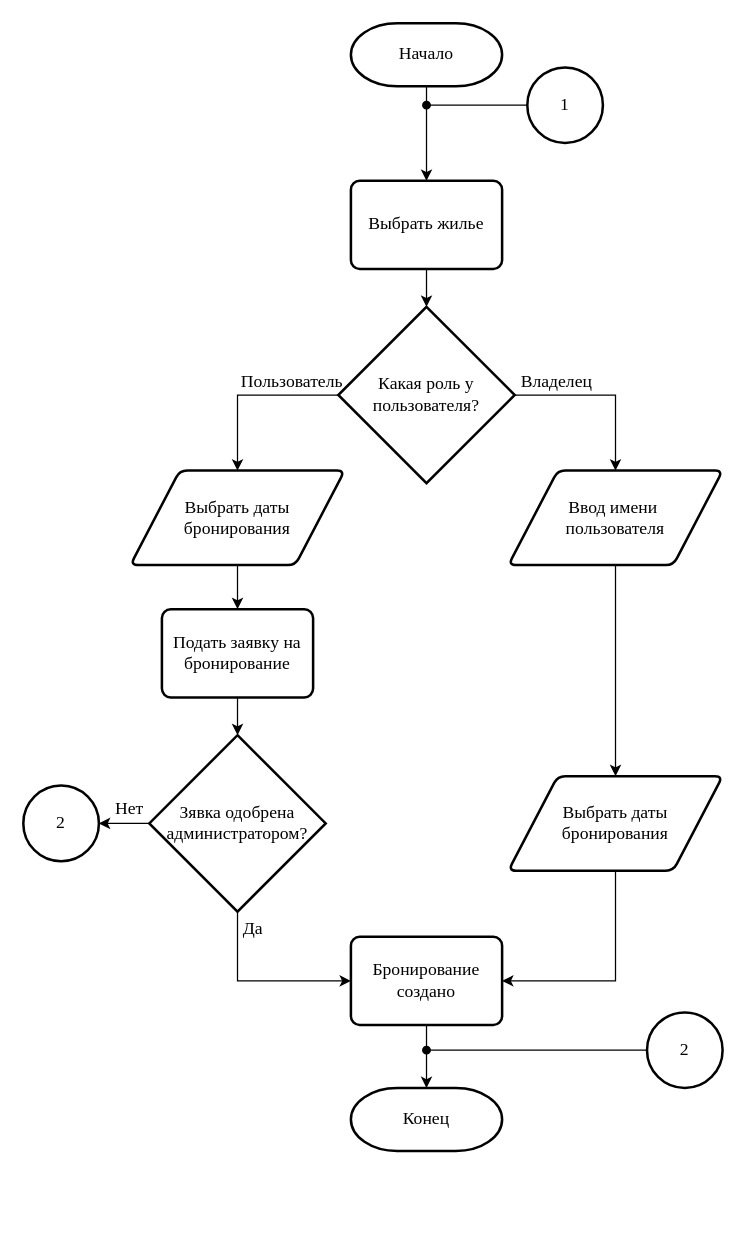
Above: KURSACH/Алгоритм бронирования жилья.drawio in Slnpa/Diplom (draw.io), before the change. Source tidied: cells renumbered, new cells numbered last; positions are measured from the earlier drawing's top-left corner, leaving out a move shared by most shapes. Both pictures are drawn from the tidied source at 126%, with x=0, y=0 at pixel (23, 23).
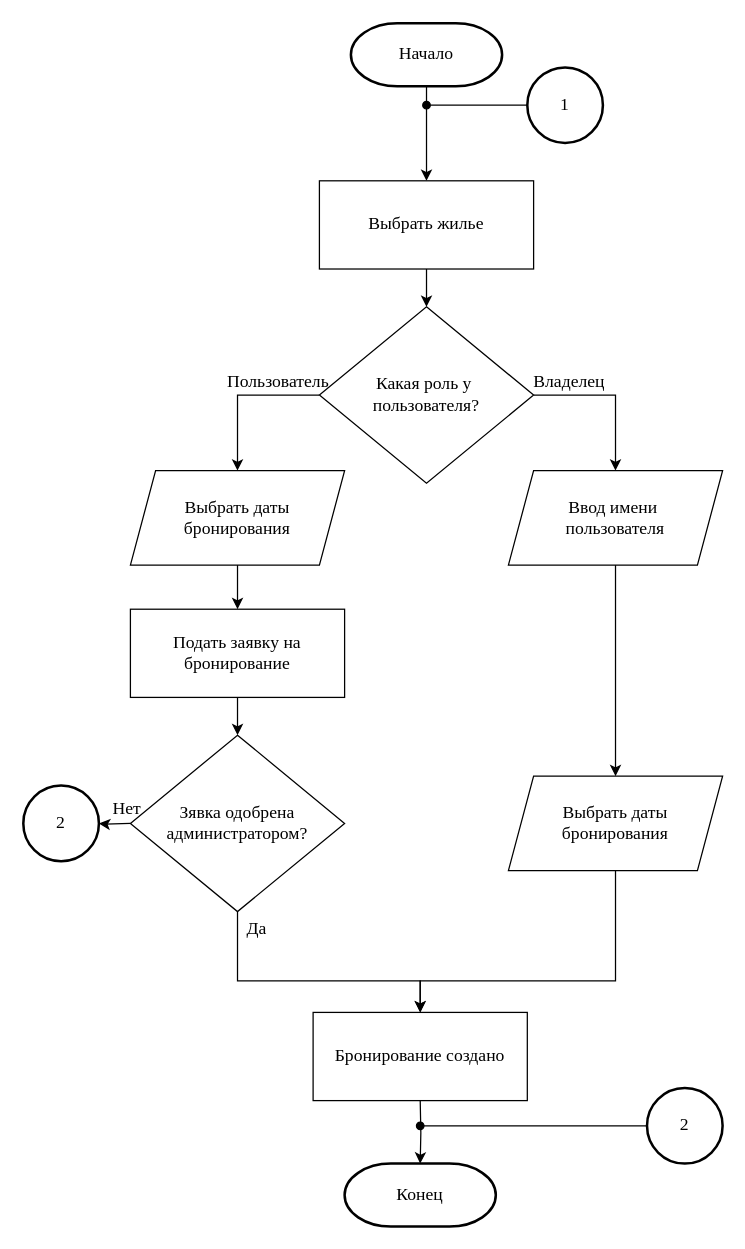
The same page after the edit.

Unchanged cells that the change refers to:
```xml
<mxCell id="3" value="Начало" style="strokeWidth=2;html=1;shape=mxgraph.flowchart.terminator;whiteSpace=wrap;fontFamily=Times New Roman;fontSize=14;" parent="1" vertex="1">
  <mxGeometry x="260" width="120" height="50" as="geometry" />
</mxCell>
```

Diff of the diagram source:
```diff
@@
-    <mxCell id="2" style="edgeStyle=orthogonalEdgeStyle;rounded=0;jettySize=auto;html=1;fontFamily=Times New Roman;fontSize=14;" parent="1" edge="1" source="3" target="14">
-      <mxGeometry relative="1" as="geometry" />
-    </mxCell>
+    <mxCell id="32" style="edgeStyle=orthogonalEdgeStyle;rounded=0;jettySize=auto;html=1;fontFamily=Times New Roman;fontSize=14;" parent="1" edge="1" source="3">
+      <mxGeometry relative="1" as="geometry">
+        <mxPoint x="320" y="125" as="targetPoint" />
+      </mxGeometry>
+    </mxCell>
@@
-    <mxCell id="4" style="edgeStyle=orthogonalEdgeStyle;rounded=0;orthogonalLoop=1;jettySize=auto;html=1;endArrow=oval;endFill=1;fontFamily=Times New Roman;fontSize=14;" parent="1" edge="1">
-      <mxGeometry relative="1" as="geometry">
-        <mxPoint x="400" y="65" as="sourcePoint" />
-        <mxPoint x="320" y="65" as="targetPoint" />
-      </mxGeometry>
-    </mxCell>
+    <mxCell id="33" style="edgeStyle=orthogonalEdgeStyle;rounded=0;orthogonalLoop=1;jettySize=auto;html=1;endArrow=oval;endFill=1;fontFamily=Times New Roman;fontSize=14;" parent="1" edge="1">
+      <mxGeometry relative="1" as="geometry">
+        <mxPoint x="400" y="65" as="sourcePoint" />
+        <mxPoint x="320" y="65" as="targetPoint" />
+      </mxGeometry>
+    </mxCell>
@@
-    <mxCell id="6" style="edgeStyle=orthogonalEdgeStyle;rounded=0;jettySize=auto;html=1;fontFamily=Times New Roman;fontSize=14;" parent="1" edge="1" source="7" target="29">
-      <mxGeometry relative="1" as="geometry" />
-    </mxCell>
+    <mxCell id="34" style="edgeStyle=orthogonalEdgeStyle;rounded=0;orthogonalLoop=1;jettySize=auto;html=1;fontFamily=Times New Roman;fontSize=14;" parent="1" edge="1">
+      <mxGeometry relative="1" as="geometry">
+        <mxPoint x="470" y="430" as="sourcePoint" />
+        <mxPoint x="470" y="597.5" as="targetPoint" />
+      </mxGeometry>
+    </mxCell>
+    <mxCell id="35" style="edgeStyle=orthogonalEdgeStyle;rounded=0;orthogonalLoop=1;jettySize=auto;html=1;fontFamily=Times New Roman;fontSize=14;" parent="1" edge="1">
+      <mxGeometry relative="1" as="geometry">
+        <mxPoint x="235" y="295" as="sourcePoint" />
+        <mxPoint x="170" y="355" as="targetPoint" />
+        <Array as="points">
+          <mxPoint x="170" y="295" />
+        </Array>
+      </mxGeometry>
+    </mxCell>
+    <mxCell id="9" value="Пользователь" style="edgeLabel;html=1;align=center;verticalAlign=middle;fontFamily=Times New Roman;fontSize=14;" parent="35" vertex="1">
+      <mxGeometry x="-0.5" y="-1" relative="1" as="geometry">
+        <mxPoint x="-3" y="-10" as="offset" />
+      </mxGeometry>
+    </mxCell>
+    <mxCell id="36" style="edgeStyle=orthogonalEdgeStyle;rounded=0;orthogonalLoop=1;jettySize=auto;html=1;fontFamily=Times New Roman;fontSize=14;" parent="1" edge="1">
+      <mxGeometry relative="1" as="geometry">
+        <mxPoint x="405" y="295" as="sourcePoint" />
+        <mxPoint x="470" y="355" as="targetPoint" />
+        <Array as="points">
+          <mxPoint x="470" y="295" />
+        </Array>
+      </mxGeometry>
+    </mxCell>
+    <mxCell id="11" value="Владелец" style="edgeLabel;html=1;align=center;verticalAlign=middle;fontFamily=Times New Roman;fontSize=14;" parent="36" vertex="1">
+      <mxGeometry x="-0.42" y="-2" relative="1" as="geometry">
+        <mxPoint x="-9" y="-13" as="offset" />
+      </mxGeometry>
+    </mxCell>
+    <mxCell id="37" style="edgeStyle=orthogonalEdgeStyle;rounded=0;orthogonalLoop=1;jettySize=auto;html=1;fontFamily=Times New Roman;fontSize=14;" parent="1" edge="1">
+      <mxGeometry relative="1" as="geometry">
+        <mxPoint x="320" y="195" as="sourcePoint" />
+        <mxPoint x="320" y="225" as="targetPoint" />
+      </mxGeometry>
+    </mxCell>
+    <mxCell id="38" style="edgeStyle=orthogonalEdgeStyle;rounded=0;orthogonalLoop=1;jettySize=auto;html=1;fontFamily=Times New Roman;fontSize=14;" parent="1" edge="1">
+      <mxGeometry relative="1" as="geometry">
+        <mxPoint x="170" y="430" as="sourcePoint" />
+        <mxPoint x="170" y="465" as="targetPoint" />
+      </mxGeometry>
+    </mxCell>
+    <mxCell id="39" style="edgeStyle=orthogonalEdgeStyle;rounded=0;orthogonalLoop=1;jettySize=auto;html=1;fontFamily=Times New Roman;fontSize=14;" parent="1" edge="1">
+      <mxGeometry relative="1" as="geometry">
+        <mxPoint x="170" y="535" as="sourcePoint" />
+        <mxPoint x="170" y="565" as="targetPoint" />
+      </mxGeometry>
+    </mxCell>
+    <mxCell id="40" style="edgeStyle=orthogonalEdgeStyle;rounded=0;jettySize=auto;html=1;fontFamily=Times New Roman;fontSize=14;" parent="1" edge="1" target="24">
+      <mxGeometry relative="1" as="geometry">
+        <mxPoint x="85" y="635" as="sourcePoint" />
+      </mxGeometry>
+    </mxCell>
+    <mxCell id="20" value="Нет" style="edgeLabel;html=1;align=center;verticalAlign=middle;fontFamily=Times New Roman;fontSize=14;" parent="40" vertex="1">
+      <mxGeometry x="-0.16" y="2" relative="1" as="geometry">
+        <mxPoint x="7" y="-14" as="offset" />
+      </mxGeometry>
+    </mxCell>
+    <mxCell id="41" style="edgeStyle=orthogonalEdgeStyle;rounded=0;jettySize=auto;html=1;fontFamily=Times New Roman;fontSize=14;" parent="1" edge="1" target="26">
+      <mxGeometry relative="1" as="geometry">
+        <mxPoint x="170" y="705" as="sourcePoint" />
+        <Array as="points">
+          <mxPoint x="170" y="760" />
+          <mxPoint x="315" y="760" />
+        </Array>
+      </mxGeometry>
+    </mxCell>
+    <mxCell id="22" value="Да" style="edgeLabel;html=1;align=center;verticalAlign=middle;fontFamily=Times New Roman;fontSize=14;" parent="41" vertex="1">
+      <mxGeometry x="0.32" y="1" relative="1" as="geometry">
+        <mxPoint x="-80" y="-41" as="offset" />
+      </mxGeometry>
+    </mxCell>
+    <mxCell id="24" value="2" style="strokeWidth=2;html=1;shape=mxgraph.flowchart.start_2;whiteSpace=wrap;fontFamily=Times New Roman;fontSize=14;" parent="1" vertex="1">
+      <mxGeometry y="605" width="60" height="60" as="geometry" />
+    </mxCell>
+    <mxCell id="42" style="edgeStyle=orthogonalEdgeStyle;rounded=0;jettySize=auto;html=1;" parent="1" edge="1" target="27">
+      <mxGeometry relative="1" as="geometry">
+        <mxPoint x="315" y="855" as="sourcePoint" />
+      </mxGeometry>
+    </mxCell>
+    <mxCell id="27" value="Конец" style="strokeWidth=2;html=1;shape=mxgraph.flowchart.terminator;whiteSpace=wrap;fontFamily=Times New Roman;fontSize=14;" parent="1" vertex="1">
+      <mxGeometry x="255" y="905" width="120" height="50" as="geometry" />
+    </mxCell>
+    <mxCell id="43" style="edgeStyle=orthogonalEdgeStyle;rounded=0;jettySize=auto;html=1;" parent="1" edge="1" target="26">
+      <mxGeometry relative="1" as="geometry">
+        <mxPoint x="470" y="672.5" as="sourcePoint" />
+        <Array as="points">
+          <mxPoint x="470" y="760" />
+          <mxPoint x="315" y="760" />
+        </Array>
+      </mxGeometry>
+    </mxCell>
+    <mxCell id="44" style="edgeStyle=orthogonalEdgeStyle;rounded=0;jettySize=auto;html=1;endArrow=oval;endFill=1;" parent="1" edge="1" source="31">
+      <mxGeometry relative="1" as="geometry">
+        <mxPoint x="315" y="875" as="targetPoint" />
+      </mxGeometry>
+    </mxCell>
+    <mxCell id="31" value="2" style="strokeWidth=2;html=1;shape=mxgraph.flowchart.start_2;whiteSpace=wrap;fontFamily=Times New Roman;fontSize=14;" parent="1" vertex="1">
+      <mxGeometry x="495" y="845" width="60" height="60" as="geometry" />
+    </mxCell>
+    <mxCell id="14" value="&lt;span style=&quot;font-family: &amp;quot;Times New Roman&amp;quot;; font-size: 14px;&quot;&gt;Выбрать жилье&lt;/span&gt;" style="rounded=0;whiteSpace=wrap;html=1;" parent="1" vertex="1">
+      <mxGeometry x="235" y="125" width="170" height="70" as="geometry" />
+    </mxCell>
+    <mxCell id="18" value="&lt;span style=&quot;font-family: &amp;quot;Times New Roman&amp;quot;; font-size: 14px;&quot;&gt;Подать заявку на бронирование&lt;/span&gt;" style="rounded=0;whiteSpace=wrap;html=1;" parent="1" vertex="1">
+      <mxGeometry x="85" y="465" width="170" height="70" as="geometry" />
+    </mxCell>
+    <mxCell id="26" value="&lt;span style=&quot;font-family: &amp;quot;Times New Roman&amp;quot;; font-size: 14px;&quot;&gt;Бронирование создано&lt;/span&gt;" style="rounded=0;whiteSpace=wrap;html=1;" parent="1" vertex="1">
+      <mxGeometry x="230" y="785" width="170" height="70" as="geometry" />
+    </mxCell>
+    <mxCell id="12" value="&lt;span style=&quot;font-family: &amp;quot;Times New Roman&amp;quot;; font-size: 14px;&quot;&gt;Какая роль у&amp;nbsp;&lt;/span&gt;&lt;div style=&quot;font-family: &amp;quot;Times New Roman&amp;quot;; font-size: 14px;&quot;&gt;пользователя?&lt;/div&gt;" style="rhombus;whiteSpace=wrap;html=1;" parent="1" vertex="1">
+      <mxGeometry x="235" y="225" width="170" height="140" as="geometry" />
+    </mxCell>
-    <mxCell id="7" value="Ввод имени&amp;nbsp;&lt;div&gt;пользователя&lt;/div&gt;" style="shape=parallelogram;html=1;strokeWidth=2;perimeter=parallelogramPerimeter;whiteSpace=wrap;rounded=1;arcSize=12;size=0.23;fontFamily=Times New Roman;fontSize=14;" parent="1" vertex="1">
+    <mxCell id="7" value="&lt;span style=&quot;font-family: &amp;quot;Times New Roman&amp;quot;; font-size: 14px;&quot;&gt;Ввод имени&amp;nbsp;&lt;/span&gt;&lt;div style=&quot;font-family: &amp;quot;Times New Roman&amp;quot;; font-size: 14px;&quot;&gt;пользователя&lt;/div&gt;" style="shape=parallelogram;perimeter=parallelogramPerimeter;whiteSpace=wrap;html=1;fixedSize=1;" parent="1" vertex="1">
       <mxGeometry x="385" y="355" width="170" height="75" as="geometry" />
     </mxCell>
-    <mxCell id="8" style="edgeStyle=orthogonalEdgeStyle;rounded=0;jettySize=auto;html=1;fontFamily=Times New Roman;fontSize=14;" parent="1" edge="1" source="12" target="16">
-      <mxGeometry relative="1" as="geometry">
-        <Array as="points">
-          <mxPoint x="170" y="295" />
-        </Array>
-      </mxGeometry>
-    </mxCell>
-    <mxCell id="9" value="Пользователь" style="edgeLabel;html=1;align=center;verticalAlign=middle;fontFamily=Times New Roman;fontSize=14;" parent="8" vertex="1">
-      <mxGeometry x="-0.5" y="-1" relative="1" as="geometry">
-        <mxPoint x="-3" y="-10" as="offset" />
-      </mxGeometry>
-    </mxCell>
-    <mxCell id="10" style="edgeStyle=orthogonalEdgeStyle;rounded=0;jettySize=auto;html=1;fontFamily=Times New Roman;fontSize=14;" parent="1" edge="1" source="12" target="7">
-      <mxGeometry relative="1" as="geometry">
-        <Array as="points">
-          <mxPoint x="470" y="295" />
-        </Array>
-      </mxGeometry>
-    </mxCell>
-    <mxCell id="11" value="Владелец" style="edgeLabel;html=1;align=center;verticalAlign=middle;fontFamily=Times New Roman;fontSize=14;" parent="10" vertex="1">
-      <mxGeometry x="-0.42" y="-2" relative="1" as="geometry">
-        <mxPoint x="-9" y="-13" as="offset" />
-      </mxGeometry>
-    </mxCell>
-    <mxCell id="12" value="Какая роль у пользователя?" style="strokeWidth=2;html=1;shape=mxgraph.flowchart.decision;whiteSpace=wrap;fontFamily=Times New Roman;fontSize=14;align=center;verticalAlign=middle;" parent="1" vertex="1">
-      <mxGeometry x="250" y="225" width="140" height="140" as="geometry" />
-    </mxCell>
-    <mxCell id="13" style="edgeStyle=orthogonalEdgeStyle;rounded=0;jettySize=auto;html=1;fontFamily=Times New Roman;fontSize=14;" parent="1" edge="1" source="14" target="12">
-      <mxGeometry relative="1" as="geometry" />
-    </mxCell>
-    <mxCell id="14" value="Выбрать жилье" style="rounded=1;whiteSpace=wrap;html=1;absoluteArcSize=1;arcSize=14;strokeWidth=2;fontFamily=Times New Roman;fontSize=14;" parent="1" vertex="1">
-      <mxGeometry x="260" y="125" width="120" height="70" as="geometry" />
-    </mxCell>
-    <mxCell id="15" style="edgeStyle=orthogonalEdgeStyle;rounded=0;jettySize=auto;html=1;fontFamily=Times New Roman;fontSize=14;" parent="1" edge="1" source="16" target="18">
-      <mxGeometry relative="1" as="geometry" />
-    </mxCell>
-    <mxCell id="16" value="Выбрать даты&lt;div&gt;бронирования&lt;/div&gt;" style="shape=parallelogram;html=1;strokeWidth=2;perimeter=parallelogramPerimeter;whiteSpace=wrap;rounded=1;arcSize=12;size=0.23;fontFamily=Times New Roman;fontSize=14;" parent="1" vertex="1">
-      <mxGeometry x="85" y="355" width="170" height="75" as="geometry" />
-    </mxCell>
-    <mxCell id="17" style="edgeStyle=orthogonalEdgeStyle;rounded=0;jettySize=auto;html=1;fontFamily=Times New Roman;fontSize=14;" parent="1" edge="1" source="18" target="23">
-      <mxGeometry relative="1" as="geometry" />
-    </mxCell>
-    <mxCell id="18" value="Подать заявку на бронирование" style="rounded=1;whiteSpace=wrap;html=1;absoluteArcSize=1;arcSize=14;strokeWidth=2;fontFamily=Times New Roman;fontSize=14;" parent="1" vertex="1">
-      <mxGeometry x="110" y="465" width="120" height="70" as="geometry" />
-    </mxCell>
-    <mxCell id="19" style="edgeStyle=orthogonalEdgeStyle;rounded=0;jettySize=auto;html=1;fontFamily=Times New Roman;fontSize=14;" parent="1" edge="1" source="23" target="24">
-      <mxGeometry relative="1" as="geometry" />
-    </mxCell>
-    <mxCell id="20" value="Нет" style="edgeLabel;html=1;align=center;verticalAlign=middle;fontFamily=Times New Roman;fontSize=14;" parent="19" vertex="1">
-      <mxGeometry x="-0.16" y="2" relative="1" as="geometry">
-        <mxPoint y="-14" as="offset" />
-      </mxGeometry>
-    </mxCell>
-    <mxCell id="21" style="edgeStyle=orthogonalEdgeStyle;rounded=0;jettySize=auto;html=1;fontFamily=Times New Roman;fontSize=14;" parent="1" edge="1" source="23" target="26">
-      <mxGeometry relative="1" as="geometry">
-        <Array as="points">
-          <mxPoint x="170" y="760" />
-        </Array>
-      </mxGeometry>
-    </mxCell>
-    <mxCell id="22" value="Да" style="edgeLabel;html=1;align=center;verticalAlign=middle;fontFamily=Times New Roman;fontSize=14;" parent="21" vertex="1">
-      <mxGeometry x="0.32" y="1" relative="1" as="geometry">
-        <mxPoint x="-30" y="-41" as="offset" />
-      </mxGeometry>
-    </mxCell>
+    <mxCell id="45" value="&lt;span style=&quot;font-family: &amp;quot;Times New Roman&amp;quot;; font-size: 14px;&quot;&gt;Выбрать даты&lt;/span&gt;&lt;div style=&quot;font-family: &amp;quot;Times New Roman&amp;quot;; font-size: 14px;&quot;&gt;бронирования&lt;/div&gt;" style="shape=parallelogram;perimeter=parallelogramPerimeter;whiteSpace=wrap;html=1;fixedSize=1;" parent="1" vertex="1">
+      <mxGeometry x="85" y="355" width="170" height="75" as="geometry" />
+    </mxCell>
-    <mxCell id="23" value="Зявка одобрена администратором?" style="strokeWidth=2;html=1;shape=mxgraph.flowchart.decision;whiteSpace=wrap;fontFamily=Times New Roman;fontSize=14;align=center;verticalAlign=middle;" parent="1" vertex="1">
-      <mxGeometry x="100" y="565" width="140" height="140" as="geometry" />
+    <mxCell id="23" value="&lt;span style=&quot;font-family: &amp;quot;Times New Roman&amp;quot;; font-size: 14px;&quot;&gt;Зявка одобрена администратором?&lt;/span&gt;" style="rhombus;whiteSpace=wrap;html=1;" parent="1" vertex="1">
+      <mxGeometry x="85" y="565" width="170" height="140" as="geometry" />
     </mxCell>
-    <mxCell id="24" value="2" style="strokeWidth=2;html=1;shape=mxgraph.flowchart.start_2;whiteSpace=wrap;fontFamily=Times New Roman;fontSize=14;" parent="1" vertex="1">
-      <mxGeometry y="605" width="60" height="60" as="geometry" />
-    </mxCell>
-    <mxCell id="25" style="edgeStyle=orthogonalEdgeStyle;rounded=0;jettySize=auto;html=1;" parent="1" edge="1" source="26" target="27">
-      <mxGeometry relative="1" as="geometry" />
-    </mxCell>
-    <mxCell id="26" value="Бронирование создано" style="rounded=1;whiteSpace=wrap;html=1;absoluteArcSize=1;arcSize=14;strokeWidth=2;fontFamily=Times New Roman;fontSize=14;" parent="1" vertex="1">
-      <mxGeometry x="260" y="725" width="120" height="70" as="geometry" />
-    </mxCell>
-    <mxCell id="27" value="Конец" style="strokeWidth=2;html=1;shape=mxgraph.flowchart.terminator;whiteSpace=wrap;fontFamily=Times New Roman;fontSize=14;" parent="1" vertex="1">
-      <mxGeometry x="260" y="845" width="120" height="50" as="geometry" />
-    </mxCell>
-    <mxCell id="28" style="edgeStyle=orthogonalEdgeStyle;rounded=0;jettySize=auto;html=1;" parent="1" edge="1" source="29" target="26">
-      <mxGeometry relative="1" as="geometry">
-        <Array as="points">
-          <mxPoint x="470" y="760" />
-        </Array>
-      </mxGeometry>
-    </mxCell>
-    <mxCell id="29" value="Выбрать даты&lt;div&gt;бронирования&lt;/div&gt;" style="shape=parallelogram;html=1;strokeWidth=2;perimeter=parallelogramPerimeter;whiteSpace=wrap;rounded=1;arcSize=12;size=0.23;fontFamily=Times New Roman;fontSize=14;" parent="1" vertex="1">
-      <mxGeometry x="385" y="597.5" width="170" height="75" as="geometry" />
-    </mxCell>
-    <mxCell id="30" style="edgeStyle=orthogonalEdgeStyle;rounded=0;jettySize=auto;html=1;endArrow=oval;endFill=1;" parent="1" edge="1" source="31">
-      <mxGeometry relative="1" as="geometry">
-        <mxPoint x="320" y="815" as="targetPoint" />
-      </mxGeometry>
-    </mxCell>
-    <mxCell id="31" value="2" style="strokeWidth=2;html=1;shape=mxgraph.flowchart.start_2;whiteSpace=wrap;fontFamily=Times New Roman;fontSize=14;" parent="1" vertex="1">
-      <mxGeometry x="495" y="785" width="60" height="60" as="geometry" />
-    </mxCell>
+    <mxCell id="46" value="&lt;span style=&quot;font-family: &amp;quot;Times New Roman&amp;quot;; font-size: 14px;&quot;&gt;Выбрать даты&lt;/span&gt;&lt;div style=&quot;font-family: &amp;quot;Times New Roman&amp;quot;; font-size: 14px;&quot;&gt;бронирования&lt;/div&gt;" style="shape=parallelogram;perimeter=parallelogramPerimeter;whiteSpace=wrap;html=1;fixedSize=1;" parent="1" vertex="1">
+      <mxGeometry x="385" y="597.5" width="170" height="75" as="geometry" />
+    </mxCell>
```
